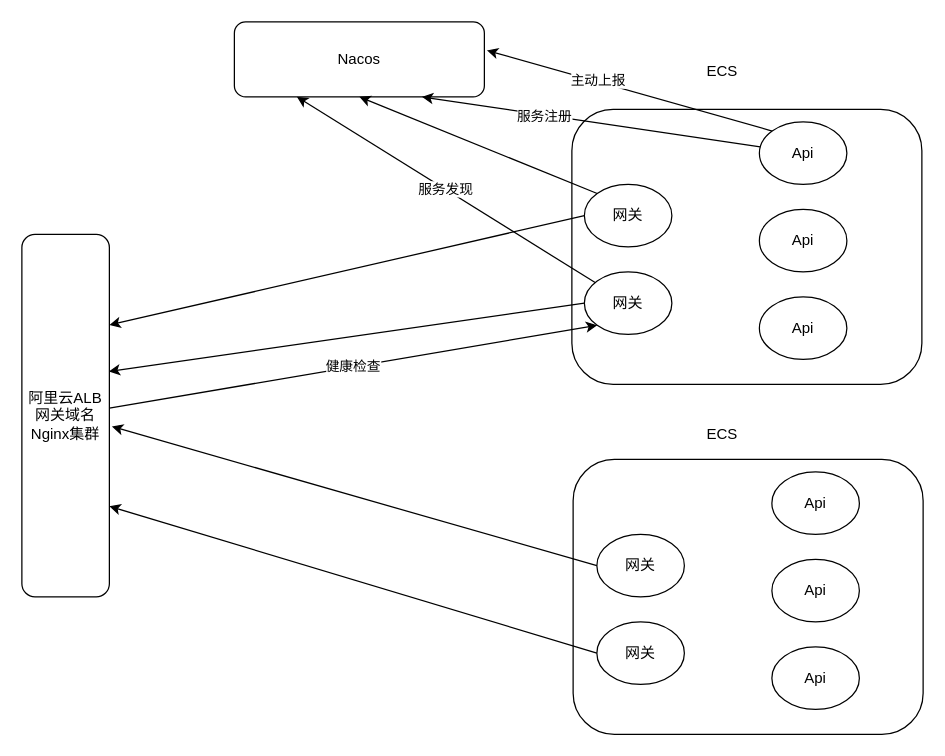
Above: Project/服务注册与发现.drawio in hao15239129517/drawio (draw.io), before the change. Source tidied: cells renumbered, new cells numbered last; positions are measured from the earlier drawing's top-left corner, leaving out a move shared by most shapes. Both pictures are drawn from the tidied source at 125%, with x=0, y=0 at pixel (21, 21).
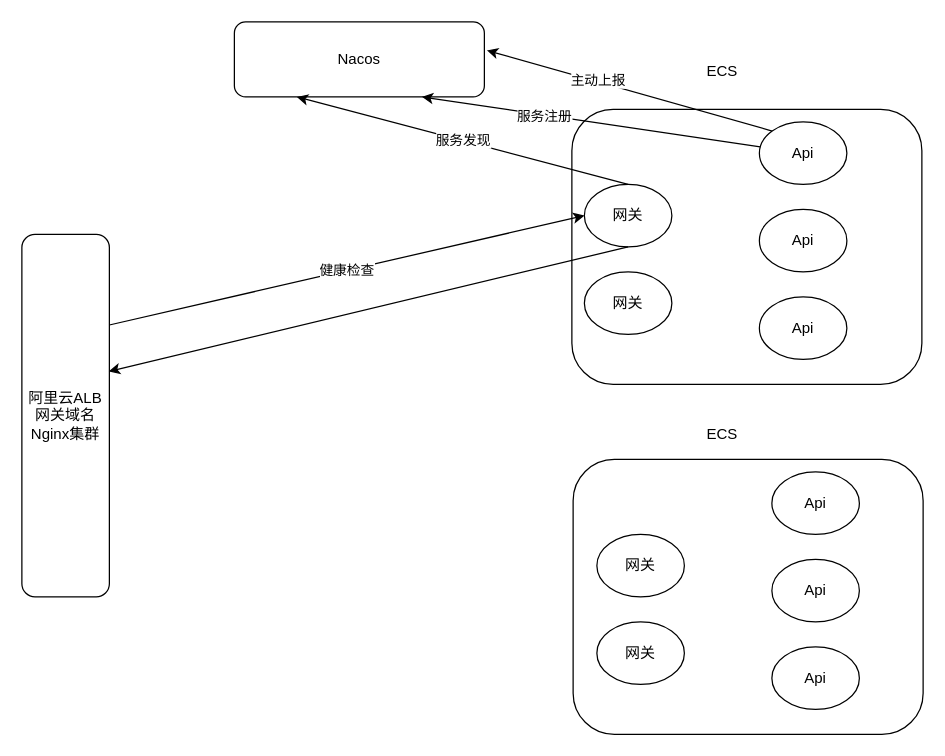
The same page after the edit.

The change refers to these unchanged cells:
```xml
<mxCell id="2" value="阿里云ALB&lt;br&gt;网关域名&lt;br&gt;Nginx集群" style="rounded=1;whiteSpace=wrap;html=1;" parent="1" vertex="1">
  <mxGeometry y="170" width="70" height="290" as="geometry" />
</mxCell>
<mxCell id="3" value="Nacos" style="rounded=1;whiteSpace=wrap;html=1;" parent="1" vertex="1">
  <mxGeometry x="170" width="200" height="60" as="geometry" />
</mxCell>
<mxCell id="5" value="网关" style="ellipse;whiteSpace=wrap;html=1;" parent="1" vertex="1">
  <mxGeometry x="450" y="130" width="70" height="50" as="geometry" />
</mxCell>
<mxCell id="6" value="网关" style="ellipse;whiteSpace=wrap;html=1;" parent="1" vertex="1">
  <mxGeometry x="450" y="200" width="70" height="50" as="geometry" />
</mxCell>
<mxCell id="15" value="网关" style="ellipse;whiteSpace=wrap;html=1;" parent="1" vertex="1">
  <mxGeometry x="460" y="410" width="70" height="50" as="geometry" />
</mxCell>
<mxCell id="16" value="网关" style="ellipse;whiteSpace=wrap;html=1;" parent="1" vertex="1">
  <mxGeometry x="460" y="480" width="70" height="50" as="geometry" />
</mxCell>
```

Change to the diagram source:
```diff
@@
-    <mxCell id="10" style="endArrow=classic;html=1;rounded=0;entryX=0.5;entryY=1;entryDx=0;entryDy=0;exitX=0;exitY=0;exitDx=0;exitDy=0;" parent="1" edge="1" source="5" target="3">
-      <mxGeometry relative="1" as="geometry" />
-    </mxCell>
-    <mxCell id="11" value="服务发现" style="endArrow=classic;html=1;rounded=0;" parent="1" edge="1" source="6">
+    <mxCell id="11" value="服务发现" style="endArrow=classic;html=1;rounded=0;exitX=0.5;exitY=0;exitDx=0;exitDy=0;" parent="1" edge="1" source="5">
       <mxGeometry relative="1" as="geometry">
         <mxPoint x="220" y="60" as="targetPoint" />
       </mxGeometry>
     </mxCell>
@@
-    <mxCell id="22" style="endArrow=classic;html=1;rounded=0;entryX=1;entryY=0.25;entryDx=0;entryDy=0;exitX=0;exitY=0.5;exitDx=0;exitDy=0;" parent="1" edge="1" source="5" target="2">
-      <mxGeometry relative="1" as="geometry" />
-    </mxCell>
-    <mxCell id="23" style="endArrow=classic;html=1;rounded=0;entryX=0.994;entryY=0.378;entryDx=0;entryDy=0;entryPerimeter=0;exitX=0;exitY=0.5;exitDx=0;exitDy=0;" parent="1" edge="1" source="6" target="2">
+    <mxCell id="23" style="endArrow=classic;html=1;rounded=0;entryX=0.994;entryY=0.378;entryDx=0;entryDy=0;entryPerimeter=0;exitX=0.5;exitY=1;exitDx=0;exitDy=0;" parent="1" edge="1" source="5" target="2">
       <mxGeometry relative="1" as="geometry" />
     </mxCell>
-    <mxCell id="24" style="endArrow=classic;html=1;rounded=0;exitX=0;exitY=0.5;exitDx=0;exitDy=0;entryX=1.029;entryY=0.53;entryDx=0;entryDy=0;entryPerimeter=0;" parent="1" edge="1" source="15" target="2">
-      <mxGeometry relative="1" as="geometry" />
-    </mxCell>
-    <mxCell id="25" style="endArrow=classic;html=1;rounded=0;exitX=0;exitY=0.5;exitDx=0;exitDy=0;entryX=1;entryY=0.75;entryDx=0;entryDy=0;" parent="1" edge="1" source="16" target="2">
-      <mxGeometry relative="1" as="geometry" />
-    </mxCell>
-    <mxCell id="26" value="健康检查" style="endArrow=classic;html=1;rounded=0;entryX=0;entryY=1;entryDx=0;entryDy=0;" parent="1" edge="1" source="2" target="6">
+    <mxCell id="26" value="健康检查" style="endArrow=classic;html=1;rounded=0;entryX=0;entryY=0.5;entryDx=0;entryDy=0;exitX=1;exitY=0.25;exitDx=0;exitDy=0;" parent="1" edge="1" source="2" target="5">
       <mxGeometry relative="1" as="geometry" />
     </mxCell>
```
